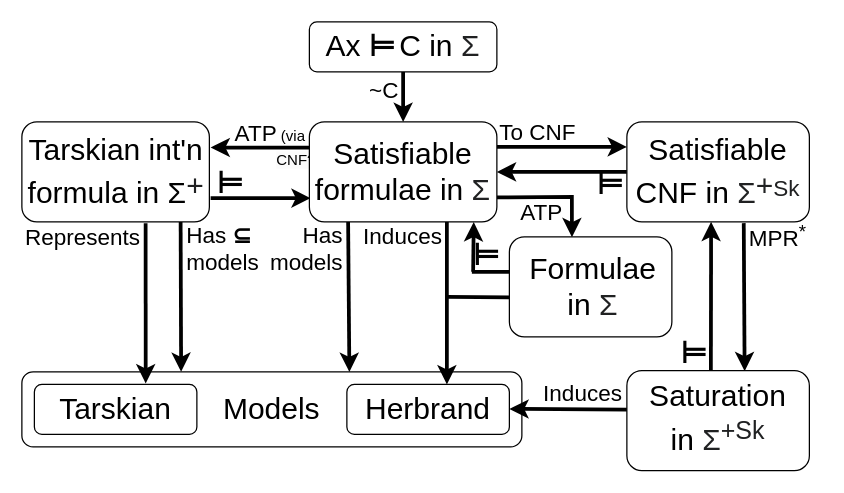
The draw.io diagram ModelLandscape.drawio in GeoffsPapers/InterpretationFormat, before the edit. Source tidied: cells renumbered, new cells numbered last; positions are measured from the earlier drawing's top-left corner, leaving out a move shared by most shapes. Both pictures are drawn from the tidied source at 125%, with x=0, y=0 at pixel (21, 21).
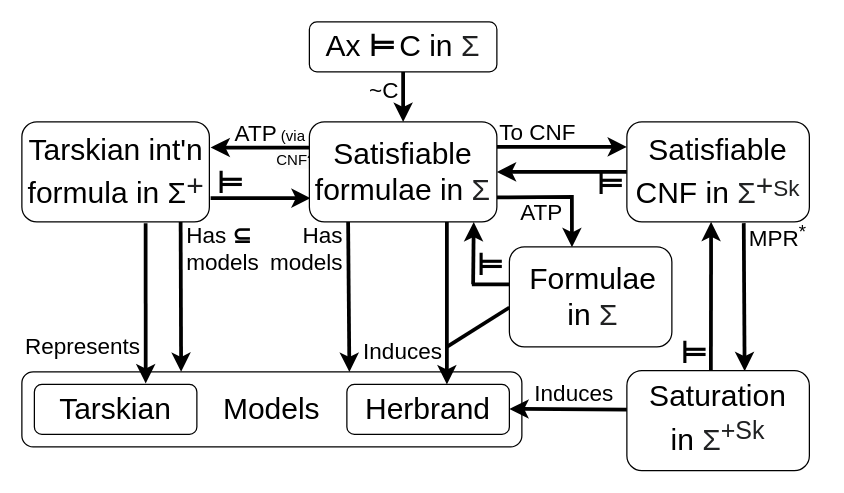
The same diagram, later.

The edit, as a diff of the source:
```diff
@@
     <mxCell id="9" value="&lt;font style=&quot;font-size: 18px;&quot;&gt;Represents&lt;/font&gt;" style="text;strokeColor=none;align=center;fillColor=none;html=1;verticalAlign=middle;whiteSpace=wrap;rounded=0;" parent="1" vertex="1">
-      <mxGeometry x="19" y="158" width="60" height="30" as="geometry" />
+      <mxGeometry x="19" y="245" width="60" height="30" as="geometry" />
     </mxCell>
@@
     <mxCell id="16" value="&lt;font style=&quot;font-size: 18px;&quot;&gt;Induces&lt;br&gt;&lt;/font&gt;" style="text;strokeColor=none;align=center;fillColor=none;html=1;verticalAlign=middle;whiteSpace=wrap;rounded=0;" parent="1" vertex="1">
-      <mxGeometry x="275" y="157" width="60" height="30" as="geometry" />
+      <mxGeometry x="275" y="249" width="60" height="30" as="geometry" />
     </mxCell>
@@
     <mxCell id="36" value="&lt;font style=&quot;font-size: 18px;&quot;&gt;Induces&lt;br&gt;&lt;/font&gt;" style="text;strokeColor=none;align=center;fillColor=none;html=1;verticalAlign=middle;whiteSpace=wrap;rounded=0;" parent="1" vertex="1">
-      <mxGeometry x="419" y="283" width="60" height="30" as="geometry" />
+      <mxGeometry x="412" y="283" width="60" height="30" as="geometry" />
     </mxCell>
@@
     <mxCell id="52" style="endArrow=none;html=1;rounded=0;strokeWidth=3;entryX=0;entryY=0.606;entryDx=0;entryDy=0;entryPerimeter=0;" parent="1" edge="1" target="56">
       <mxGeometry relative="1" as="geometry">
-        <mxPoint x="340" y="220" as="sourcePoint" />
+        <mxPoint x="340" y="260" as="sourcePoint" />
       </mxGeometry>
     </mxCell>
-    <mxCell id="53" style="endArrow=none;html=1;rounded=0;strokeWidth=3;entryX=0;entryY=0.35;entryDx=0;entryDy=0;entryPerimeter=0;" parent="1" edge="1" target="56">
+    <mxCell id="53" style="endArrow=none;html=1;rounded=0;strokeWidth=3;entryX=-0.008;entryY=0.375;entryDx=0;entryDy=0;entryPerimeter=0;" parent="1" edge="1">
       <mxGeometry relative="1" as="geometry">
-        <mxPoint x="360" y="200" as="sourcePoint" />
+        <mxPoint x="360" y="210" as="sourcePoint" />
+        <mxPoint x="390" y="210" as="targetPoint" />
       </mxGeometry>
     </mxCell>
     <mxCell id="54" style="endArrow=classic;html=1;rounded=0;strokeWidth=3;entryX=0.863;entryY=1.003;entryDx=0;entryDy=0;entryPerimeter=0;" parent="1" edge="1">
       <mxGeometry relative="1" as="geometry">
-        <mxPoint x="361" y="200" as="sourcePoint" />
+        <mxPoint x="361" y="210" as="sourcePoint" />
         <mxPoint x="361.5" y="160.2" as="targetPoint" />
       </mxGeometry>
     </mxCell>
     <mxCell id="55" value="&lt;font style=&quot;&quot;&gt;&lt;b style=&quot;&quot;&gt;&lt;font style=&quot;font-size: 24px;&quot;&gt;⊨&lt;/font&gt;&lt;/b&gt;&lt;/font&gt;" style="text;strokeColor=none;align=center;fillColor=none;html=1;verticalAlign=middle;whiteSpace=wrap;rounded=0;" parent="1" vertex="1">
-      <mxGeometry x="350" y="177" width="44" height="20" as="geometry" />
+      <mxGeometry x="353" y="185" width="44" height="20" as="geometry" />
     </mxCell>
+    <mxCell id="58" style="group;" parent="1" vertex="1">
+      <mxGeometry x="390" y="180" width="130" height="80" as="geometry" />
+    </mxCell>
-    <mxCell id="56" style="rounded=1;whiteSpace=wrap;html=1;" parent="1" vertex="1">
-      <mxGeometry x="390" y="172" width="130" height="80" as="geometry" />
+    <mxCell id="56" style="rounded=1;whiteSpace=wrap;html=1;" parent="58" vertex="1">
+      <mxGeometry width="130" height="80" as="geometry" />
     </mxCell>
-    <mxCell id="57" value="&lt;font style=&quot;font-size: 24px;&quot;&gt;&lt;font style=&quot;font-size: 24px;&quot;&gt;Formulae&lt;br&gt;&lt;/font&gt;&lt;font style=&quot;border-color: var(--border-color); font-size: 24px;&quot;&gt;&lt;font style=&quot;font-size: 24px;&quot;&gt;in&lt;/font&gt;&amp;nbsp;&lt;/font&gt;&lt;span style=&quot;border-color: var(--border-color); color: rgb(32, 33, 34); font-family: sans-serif; text-align: start; background-color: rgb(255, 255, 255);&quot;&gt;&lt;font style=&quot;border-color: var(--border-color); font-size: 24px;&quot;&gt;Σ&lt;/font&gt;&lt;/span&gt;&lt;/font&gt;" style="text;strokeColor=none;align=center;fillColor=none;html=1;verticalAlign=middle;whiteSpace=wrap;rounded=0;" parent="1" vertex="1">
-      <mxGeometry x="427" y="197" width="60" height="30" as="geometry" />
+    <mxCell id="57" value="&lt;font style=&quot;font-size: 24px;&quot;&gt;&lt;font style=&quot;font-size: 24px;&quot;&gt;Formulae&lt;br&gt;&lt;/font&gt;&lt;font style=&quot;border-color: var(--border-color); font-size: 24px;&quot;&gt;&lt;font style=&quot;font-size: 24px;&quot;&gt;in&lt;/font&gt;&amp;nbsp;&lt;/font&gt;&lt;span style=&quot;border-color: var(--border-color); color: rgb(32, 33, 34); font-family: sans-serif; text-align: start; background-color: rgb(255, 255, 255);&quot;&gt;&lt;font style=&quot;border-color: var(--border-color); font-size: 24px;&quot;&gt;Σ&lt;/font&gt;&lt;/span&gt;&lt;/font&gt;" style="text;strokeColor=none;align=center;fillColor=none;html=1;verticalAlign=middle;whiteSpace=wrap;rounded=0;" parent="58" vertex="1">
+      <mxGeometry x="37" y="25" width="60" height="30" as="geometry" />
     </mxCell>
```
